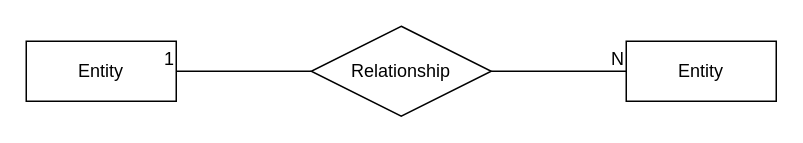
Above: 학사관리시스템.drawio in phg7495/DB_MySQL (draw.io), before the change. Source tidied: cells renumbered, new cells numbered last; positions are measured from the earlier drawing's top-left corner, leaving out a move shared by most shapes. Both pictures are drawn from the tidied source at 150%, with x=0, y=0 at pixel (26, 26).
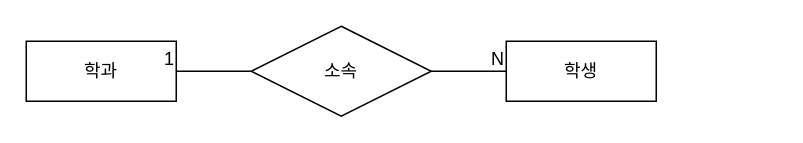
Above is the later version.

Commit message (it also covers changes not shown here):
학사관리시스템.drawio 업데이트

Diff of the diagram source:
```diff
@@
 <mxGraphModel>
   <root>
     <mxCell id="0" />
     <mxCell id="1" parent="0" />
-    <mxCell id="2" value="Entity" style="whiteSpace=wrap;html=1;align=center;" parent="1" vertex="1">
+    <mxCell id="2" value="학과" style="whiteSpace=wrap;html=1;align=center;" parent="1" vertex="1">
       <mxGeometry y="10" width="100" height="40" as="geometry" />
     </mxCell>
-    <mxCell id="3" value="Entity" style="whiteSpace=wrap;html=1;align=center;" parent="1" vertex="1">
-      <mxGeometry x="400" y="10" width="100" height="40" as="geometry" />
+    <mxCell id="3" value="학생" style="whiteSpace=wrap;html=1;align=center;" parent="1" vertex="1">
+      <mxGeometry x="320" y="10" width="100" height="40" as="geometry" />
     </mxCell>
-    <mxCell id="4" value="Relationship" style="shape=rhombus;perimeter=rhombusPerimeter;whiteSpace=wrap;html=1;align=center;" parent="1" vertex="1">
-      <mxGeometry x="190" width="120" height="60" as="geometry" />
+    <mxCell id="4" value="소속" style="shape=rhombus;perimeter=rhombusPerimeter;whiteSpace=wrap;html=1;align=center;" parent="1" vertex="1">
+      <mxGeometry x="150" width="120" height="60" as="geometry" />
     </mxCell>
     <mxCell id="5" style="endArrow=none;html=1;rounded=0;entryX=0;entryY=0.5;entryDx=0;entryDy=0;exitX=1;exitY=0.5;exitDx=0;exitDy=0;" parent="1" edge="1" source="4" target="3">
       <mxGeometry relative="1" as="geometry" />
     </mxCell>
     <mxCell id="6" value="N" style="html=1;whiteSpace=wrap;align=right;verticalAlign=bottom;" parent="5" vertex="1">
       <mxGeometry x="1" relative="1" as="geometry" />
     </mxCell>
     <mxCell id="7" style="endArrow=none;html=1;rounded=0;entryX=1;entryY=0.5;entryDx=0;entryDy=0;exitX=0;exitY=0.5;exitDx=0;exitDy=0;" parent="1" edge="1" source="4" target="2">
       <mxGeometry relative="1" as="geometry" />
     </mxCell>
     <mxCell id="8" value="1" style="html=1;whiteSpace=wrap;align=right;verticalAlign=bottom;" parent="7" vertex="1">
       <mxGeometry x="1" relative="1" as="geometry" />
     </mxCell>
   </root>
 </mxGraphModel>
```
